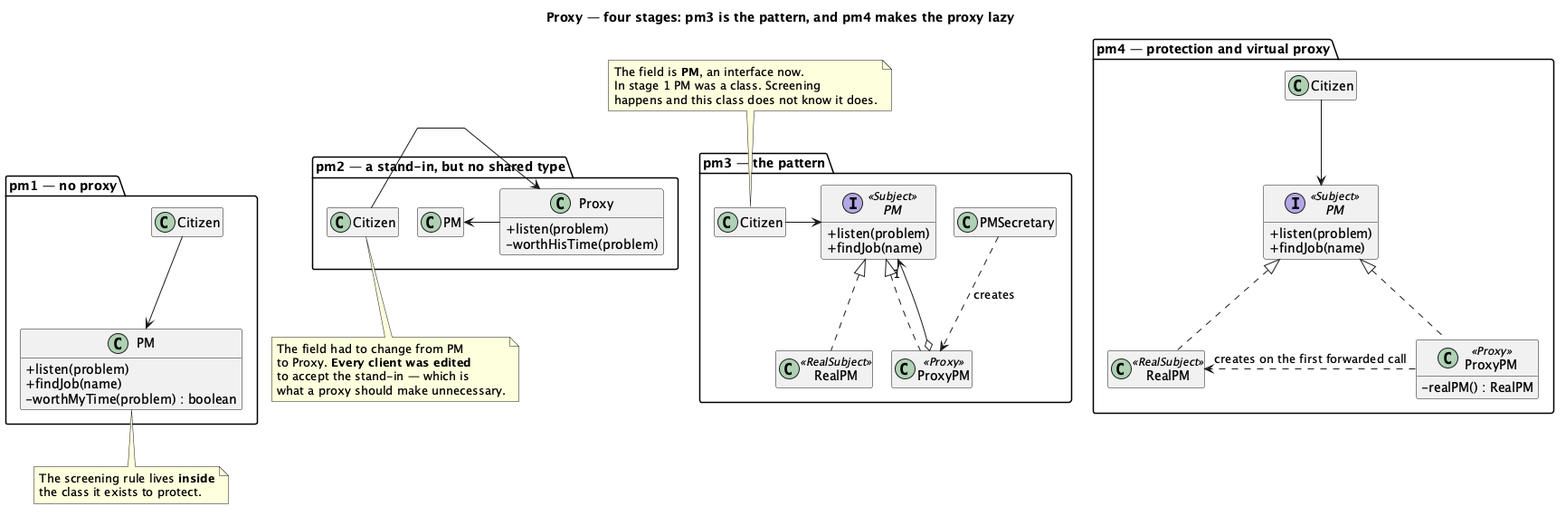
Earlier version of the PlantUML export src/main/java/dev/kaldiroglu/dp/structural/proxy/pm/uml/Proxy - Prime Minister - Class Diagram.png (kaldiroglu/DesignPatternsWithJava). Its diagram source:
```plantuml
@startuml
skinparam nodesep 20
skinparam linetype polyline
skinparam class {
  BackgroundColor<<spacer>> transparent
  BorderColor<<spacer>> transparent
  FontColor<<spacer>> transparent
}
hide <<spacer>> stereotype
hide <<spacer>> circle
skinparam classAttributeIconSize 0
hide empty members
title Proxy — four stages: pm3 is the pattern, and pm4 makes the proxy lazy


package "pm1 — no proxy" {
  class PM1 as "PM" {
    + listen(problem)
    + findJob(name)
    - worthMyTime(problem) : boolean
  }
  class Citizen1 as "Citizen"
}

package "pm2 — a stand-in, but no shared type" {
  class PM2 as "PM"
  class Proxy2 as "Proxy" {
    + listen(problem)
    - worthHisTime(problem)
  }
  class Citizen2 as "Citizen"
}

package "pm3 — the pattern" {
  interface PM3 as "PM" <<Subject>> {
    + listen(problem)
    + findJob(name)
  }
  class RealPM <<RealSubject>>
  class ProxyPM <<Proxy>>
  class PMSecretary
  class Citizen3 as "Citizen"

  PM3 <|.. RealPM
  PM3 <|.. ProxyPM
}

note bottom of PM1
  The screening rule lives <b>inside</b>
  the class it exists to protect.
end note

note bottom of Citizen2
  The field had to change from PM
  to Proxy. <b>Every client was edited</b>
  to accept the stand-in — which is
  what a proxy should make unnecessary.
end note

note top of Citizen3
  The field is <b>PM</b>, an interface now.
  In stage 1 PM was a class. Screening
  happens and this class does not know it does.
end note

package "pm4 — protection and virtual proxy" {
  interface PM4 as "PM" <<Subject>> {
    + listen(problem)
    + findJob(name)
  }
  class RealPM4 as "RealPM" <<RealSubject>>
  class ProxyPM4 as "ProxyPM" <<Proxy>> {
    - realPM() : RealPM
  }
  class Citizen4 as "Citizen"

  PM4 <|.. RealPM4
  PM4 <|.. ProxyPM4
}
  Citizen1 --> PM1
  Citizen2 -[norank]-> Proxy2
  Proxy2 -[norank]-> PM2
  ProxyPM o-[norank]-> "1" PM3
  PMSecretary .[norank].> ProxyPM : creates
  Citizen3 -[norank]-> PM3
  ProxyPM4 .[norank].> RealPM4 : creates on the first forwarded call
  Citizen4 --> PM4
Citizen1 -[hidden]right- Citizen2
Citizen2 -[hidden]right- Citizen3
@enduml
```
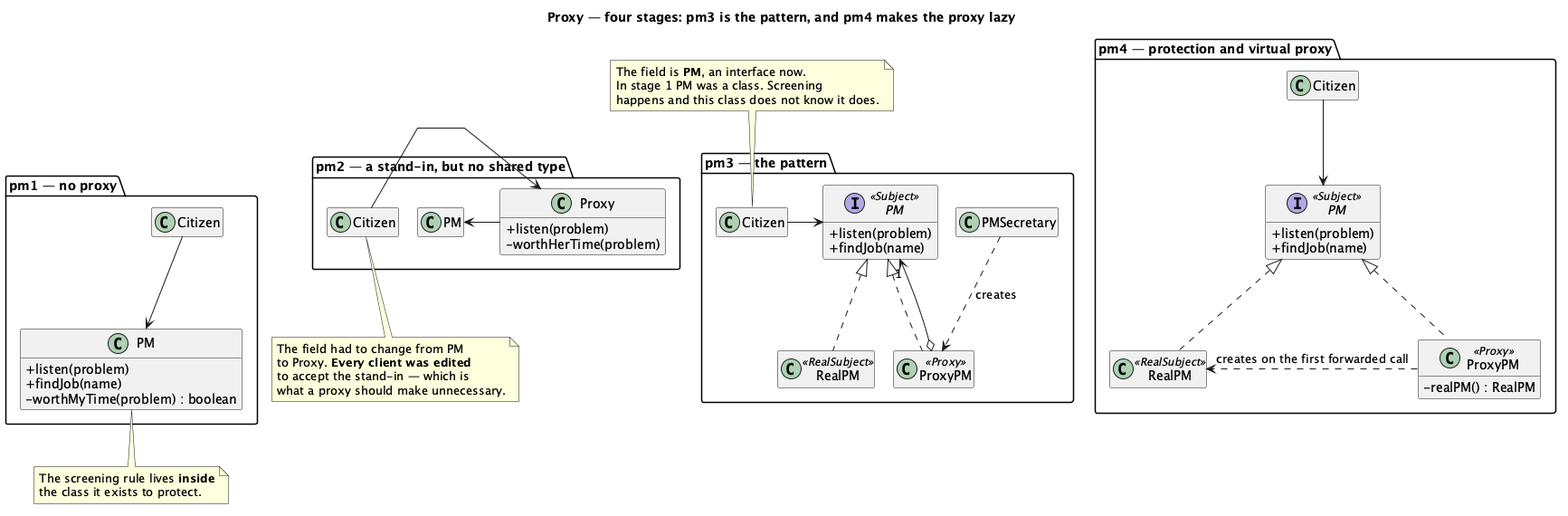
Above is the later version.

Change to the diagram source:
```diff
@@ -1,4 +1,4 @@
-@startuml
+@startuml "Proxy - Prime Minister - Class Diagram"
 skinparam nodesep 20
 skinparam linetype polyline
 skinparam class {
@@ -26,7 +26,7 @@
   class PM2 as "PM"
   class Proxy2 as "Proxy" {
     + listen(problem)
-    - worthHisTime(problem)
+    - worthHerTime(problem)
   }
   class Citizen2 as "Citizen"
 }
```
